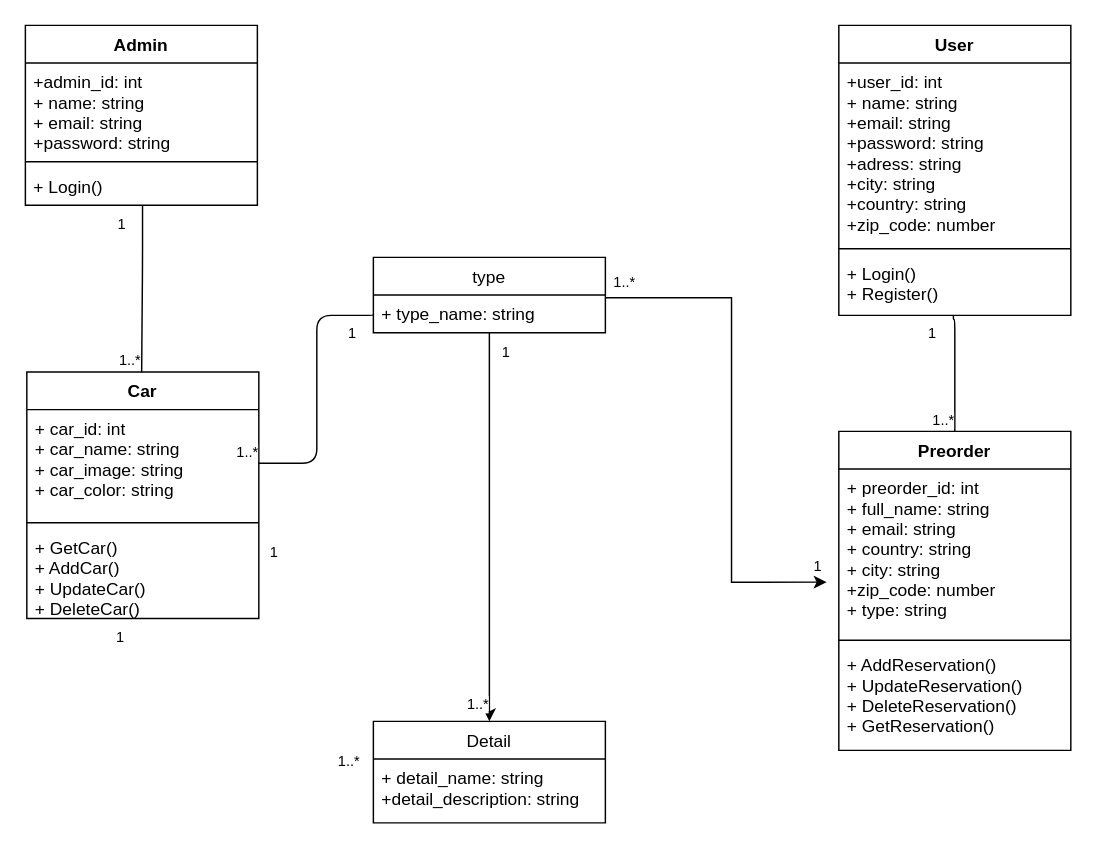
moultamissimane/NAMX-Conception keeps this draw.io diagram as ClassDiagram.drawio. Above is the earlier version. Source tidied: cells renumbered, new cells numbered last; positions are measured from the earlier drawing's top-left corner, leaving out a move shared by most shapes. Both pictures are drawn from the tidied source at 145%, with x=0, y=0 at pixel (25, 25).
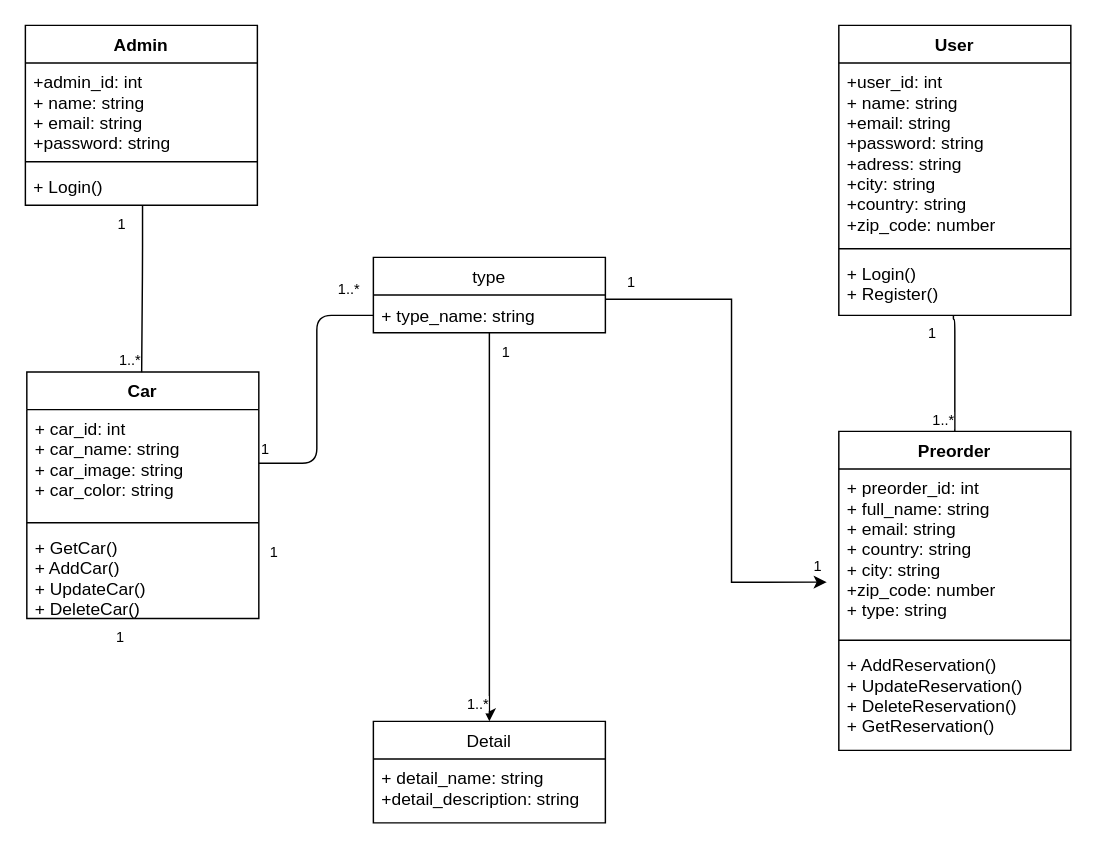
The same page after the edit.

Commit message (it also covers changes not shown here):
edit class diagram

Unchanged cells that the change refers to:
```xml
<mxCell id="19" value="type" style="swimlane;fontStyle=0;horizontal=1;startSize=26;fillColor=none;" parent="1" vertex="1">
  <mxGeometry x="240" y="160" width="160" height="52" as="geometry" />
</mxCell>
<mxCell id="38" style="endArrow=none;html=1;edgeStyle=orthogonalEdgeStyle;entryX=1;entryY=0.5;entryDx=0;entryDy=0;exitX=0;exitY=0.5;exitDx=0;exitDy=0;" parent="1" edge="1" source="20" target="11">
  <mxGeometry relative="1" as="geometry">
    <Array as="points">
      <mxPoint x="201" y="200" />
      <mxPoint x="201" y="302" />
    </Array>
  </mxGeometry>
</mxCell>
```

Change to the diagram source:
```diff
@@
-    <mxCell id="20" value="+ type_name: string" style="text;strokeColor=none;fillColor=none;align=left;verticalAlign=top;spacingLeft=4;spacingRight=4;overflow=hidden;points=[[0,0.5],[1,0.5]];portConstraint=eastwest;" parent="19" vertex="1">
-      <mxGeometry y="26" width="160" height="26" as="geometry" />
-    </mxCell>
@@
-    <mxCell id="31" value="1..*" style="html=1;align=right;verticalAlign=bottom;labelBackgroundColor=#ffffff;fontSize=10;" parent="1" vertex="1">
-      <mxGeometry x="231" y="515" as="geometry" />
-    </mxCell>
@@
-    <mxCell id="36" value="1..*" style="html=1;align=right;verticalAlign=bottom;labelBackgroundColor=#ffffff;fontSize=10;" parent="1" vertex="1">
+    <mxCell id="36" value="1" style="html=1;align=right;verticalAlign=bottom;labelBackgroundColor=#ffffff;fontSize=10;" parent="1" vertex="1">
       <mxGeometry x="321" y="480" as="geometry">
         <mxPoint x="100" y="-295" as="offset" />
       </mxGeometry>
     </mxCell>
@@
     <mxCell id="39" value="1" style="html=1;align=left;verticalAlign=bottom;labelBackgroundColor=#ffffff;fontSize=10;" parent="38" vertex="1">
       <mxGeometry x="-1" relative="1" as="geometry">
-        <mxPoint x="-19" y="20.5" as="offset" />
+        <mxPoint x="-79" y="100" as="offset" />
       </mxGeometry>
     </mxCell>
     <mxCell id="40" value="1..*" style="html=1;align=right;verticalAlign=bottom;labelBackgroundColor=#ffffff;fontSize=10;" parent="38" vertex="1">
-      <mxGeometry x="1" relative="1" as="geometry" />
+      <mxGeometry x="1" relative="1" as="geometry">
+        <mxPoint x="69.5" y="-112.5" as="offset" />
+      </mxGeometry>
     </mxCell>
+    <mxCell id="20" value="+ type_name: string" style="text;strokeColor=none;fillColor=none;align=left;verticalAlign=top;spacingLeft=4;spacingRight=4;overflow=hidden;points=[[0,0.5],[1,0.5]];portConstraint=eastwest;" parent="1" vertex="1">
+      <mxGeometry x="240" y="187" width="160" height="26" as="geometry" />
+    </mxCell>
```
